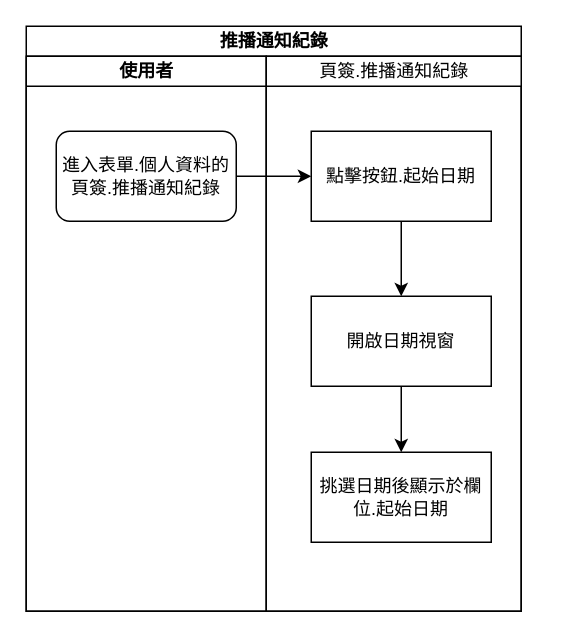
This is page "設定過濾條件.起始日期" (4 of 12) of 8.10.0/UPDATE/ITEM_2/RTE/diagram/個人資料.drawio from ArcareRD/sadocs, a draw.io file, before an edit. Source tidied: cells renumbered, new cells numbered last; positions are measured from the earlier drawing's top-left corner, leaving out a move shared by most shapes. Both pictures are drawn from the tidied source at 150%, with x=0, y=0 at pixel (26, 26).
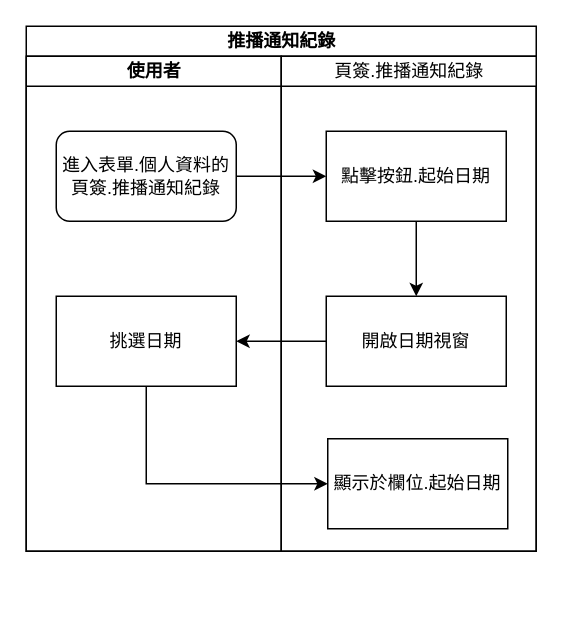
After the change.

What changed in the source:
```diff
@@
 <mxGraphModel>
   <root>
     <mxCell id="0" />
     <mxCell id="1" parent="0" />
     <mxCell id="2" value="推播通知紀錄" style="swimlane;html=1;startSize=20;" parent="1" vertex="1">
-      <mxGeometry width="330" height="390" as="geometry" />
+      <mxGeometry width="340" height="350" as="geometry" />
     </mxCell>
     <mxCell id="3" value="使用者" style="swimlane;html=1;startSize=20;" parent="2" vertex="1">
-      <mxGeometry y="20" width="160" height="370" as="geometry" />
+      <mxGeometry y="20" width="170" height="330" as="geometry" />
     </mxCell>
+    <mxCell id="6" value="挑選日期" style="rounded=0;whiteSpace=wrap;html=1;" parent="3" vertex="1">
+      <mxGeometry x="20" y="160" width="120" height="60" as="geometry" />
+    </mxCell>
     <mxCell id="4" value="進入表單.個人資料的頁簽.推播通知紀錄" style="rounded=1;whiteSpace=wrap;html=1;" parent="3" vertex="1">
       <mxGeometry x="20" y="50" width="120" height="60" as="geometry" />
     </mxCell>
+    <mxCell id="11" style="edgeStyle=orthogonalEdgeStyle;rounded=0;jettySize=auto;html=1;entryX=0;entryY=0.5;entryDx=0;entryDy=0;" parent="2" edge="1" source="4" target="10">
+      <mxGeometry relative="1" as="geometry" />
+    </mxCell>
+    <mxCell id="7" style="edgeStyle=orthogonalEdgeStyle;rounded=0;jettySize=auto;html=1;" parent="2" edge="1" source="8" target="6">
+      <mxGeometry relative="1" as="geometry" />
+    </mxCell>
+    <mxCell id="12" style="edgeStyle=orthogonalEdgeStyle;rounded=0;jettySize=auto;html=1;entryX=0;entryY=0.5;entryDx=0;entryDy=0;exitX=0.5;exitY=1;exitDx=0;exitDy=0;" parent="2" edge="1" source="6" target="13">
+      <mxGeometry relative="1" as="geometry" />
+    </mxCell>
     <mxCell id="5" value="&lt;span style=&quot;font-weight: 400&quot;&gt;頁簽.推播通知紀錄&lt;/span&gt;" style="swimlane;html=1;startSize=20;" parent="2" vertex="1">
-      <mxGeometry x="160" y="20" width="170" height="370" as="geometry" />
+      <mxGeometry x="170" y="20" width="170" height="330" as="geometry" />
     </mxCell>
-    <mxCell id="6" value="挑選日期後顯示於欄位.起始日期" style="rounded=0;whiteSpace=wrap;html=1;" parent="5" vertex="1">
-      <mxGeometry x="30" y="264" width="120" height="60" as="geometry" />
-    </mxCell>
-    <mxCell id="7" style="edgeStyle=orthogonalEdgeStyle;rounded=0;jettySize=auto;html=1;" parent="5" edge="1" source="8" target="6">
-      <mxGeometry relative="1" as="geometry" />
-    </mxCell>
+    <mxCell id="13" value="&lt;span&gt;顯示於欄位.起始日期&lt;/span&gt;" style="whiteSpace=wrap;html=1;rounded=0;" parent="5" vertex="1">
+      <mxGeometry x="31" y="255" width="120" height="60" as="geometry" />
+    </mxCell>
     <mxCell id="8" value="開啟日期視窗" style="rounded=0;whiteSpace=wrap;html=1;" parent="5" vertex="1">
       <mxGeometry x="30" y="160" width="120" height="60" as="geometry" />
     </mxCell>
     <mxCell id="9" style="edgeStyle=orthogonalEdgeStyle;rounded=0;jettySize=auto;html=1;entryX=0.5;entryY=0;entryDx=0;entryDy=0;" parent="5" edge="1" source="10" target="8">
       <mxGeometry relative="1" as="geometry" />
     </mxCell>
     <mxCell id="10" value="點擊按鈕.起始日期" style="rounded=0;whiteSpace=wrap;html=1;" parent="5" vertex="1">
       <mxGeometry x="30" y="50" width="120" height="60" as="geometry" />
     </mxCell>
-    <mxCell id="11" style="edgeStyle=orthogonalEdgeStyle;rounded=0;jettySize=auto;html=1;entryX=0;entryY=0.5;entryDx=0;entryDy=0;" parent="2" edge="1" source="4" target="10">
-      <mxGeometry relative="1" as="geometry" />
-    </mxCell>
   </root>
 </mxGraphModel>
```
